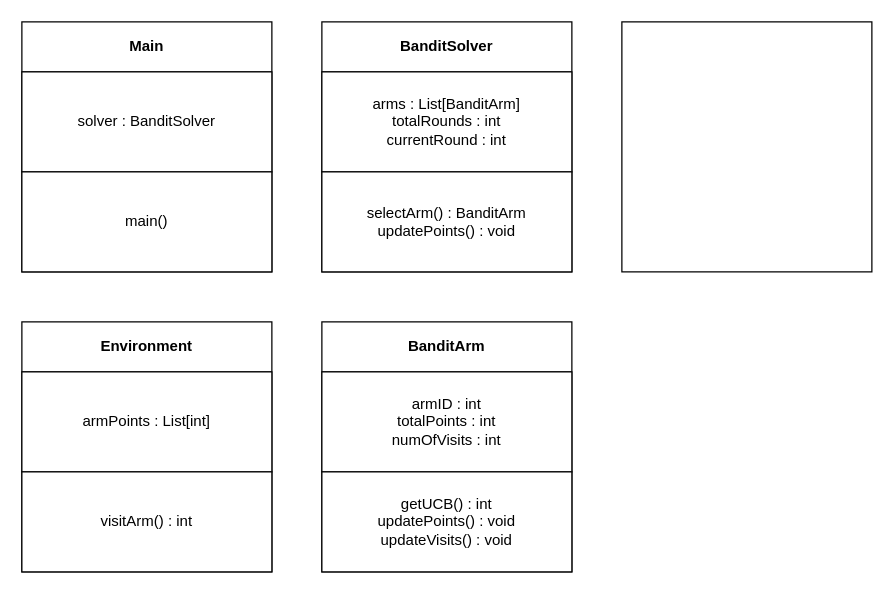
This is documents/Bandit UML.drawio from DanciuA004/Year3Project, a draw.io file, before an edit. Source tidied: cells renumbered, new cells numbered last; positions are measured from the earlier drawing's top-left corner, leaving out a move shared by most shapes. Both pictures are drawn from the tidied source at 125%, with x=0, y=0 at pixel (21, 21).
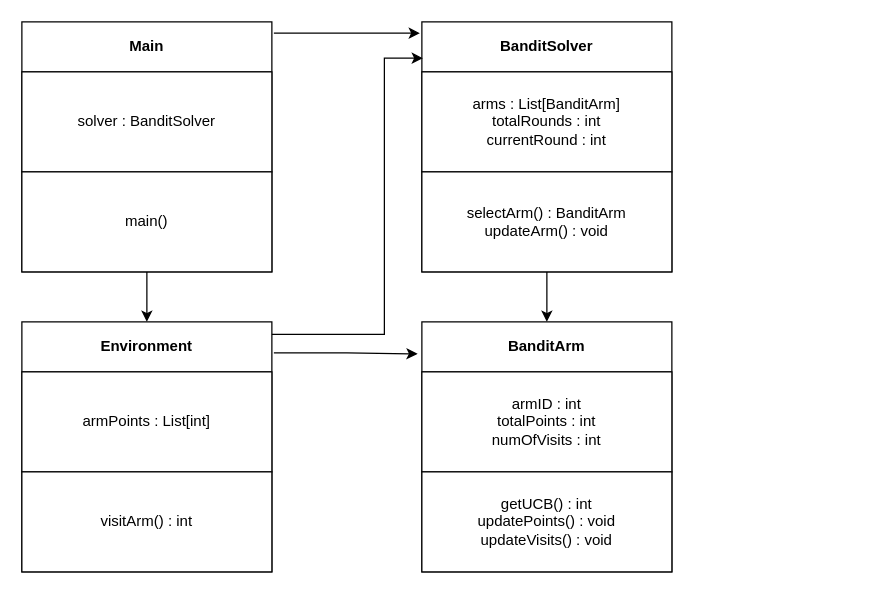
Above is the later version.

Commit message (it also covers changes not shown here):
Further work on the bandit problem report, proper structure and explanation

Unchanged cells that the change refers to:
```xml
<mxCell id="2" value="Main" style="swimlane;whiteSpace=wrap;html=1;startSize=40;" parent="1" vertex="1">
  <mxGeometry width="200" height="200" as="geometry" />
</mxCell>
<mxCell id="4" value="main()" style="whiteSpace=wrap;html=1;" parent="2" vertex="1">
  <mxGeometry y="120" width="200" height="80" as="geometry" />
</mxCell>
<mxCell id="5" value="Environment" style="swimlane;whiteSpace=wrap;html=1;startSize=40;" parent="1" vertex="1">
  <mxGeometry y="240" width="200" height="200" as="geometry" />
</mxCell>
```

The edit, as a diff of the source:
```diff
@@
     <mxCell id="8" value="BanditArm" style="swimlane;whiteSpace=wrap;html=1;startSize=40;" parent="1" vertex="1">
-      <mxGeometry x="240" y="240" width="200" height="200" as="geometry" />
+      <mxGeometry x="320" y="240" width="200" height="200" as="geometry" />
     </mxCell>
@@
+    <mxCell id="15" style="edgeStyle=orthogonalEdgeStyle;rounded=0;jettySize=auto;html=1;exitX=0.5;exitY=1;exitDx=0;exitDy=0;entryX=0.5;entryY=0;entryDx=0;entryDy=0;" parent="1" edge="1" source="11" target="8">
+      <mxGeometry relative="1" as="geometry" />
+    </mxCell>
     <mxCell id="11" value="BanditSolver" style="swimlane;whiteSpace=wrap;html=1;startSize=40;" parent="1" vertex="1">
-      <mxGeometry x="240" width="200" height="200" as="geometry" />
+      <mxGeometry x="320" width="200" height="200" as="geometry" />
     </mxCell>
@@
-    <mxCell id="13" value="selectArm() : BanditArm&lt;br&gt;updatePoints() : void" style="whiteSpace=wrap;html=1;" parent="11" vertex="1">
+    <mxCell id="13" value="selectArm() : BanditArm&lt;br&gt;updateArm() : void" style="whiteSpace=wrap;html=1;" parent="11" vertex="1">
       <mxGeometry y="120" width="200" height="80" as="geometry" />
     </mxCell>
-    <mxCell id="14" style="whiteSpace=wrap;html=1;" parent="1" vertex="1">
-      <mxGeometry x="480" width="200" height="200" as="geometry" />
-    </mxCell>
+    <mxCell id="16" style="edgeStyle=orthogonalEdgeStyle;rounded=0;jettySize=auto;html=1;exitX=0.5;exitY=1;exitDx=0;exitDy=0;entryX=0.5;entryY=0;entryDx=0;entryDy=0;" parent="1" edge="1" source="4" target="5">
+      <mxGeometry relative="1" as="geometry" />
+    </mxCell>
+    <mxCell id="17" style="edgeStyle=orthogonalEdgeStyle;rounded=0;jettySize=auto;html=1;entryX=-0.008;entryY=0.045;entryDx=0;entryDy=0;entryPerimeter=0;exitX=1.008;exitY=0.045;exitDx=0;exitDy=0;exitPerimeter=0;" parent="1" edge="1" source="2" target="11">
+      <mxGeometry relative="1" as="geometry" />
+    </mxCell>
+    <mxCell id="18" style="edgeStyle=orthogonalEdgeStyle;rounded=0;jettySize=auto;html=1;exitX=1.008;exitY=0.124;exitDx=0;exitDy=0;entryX=-0.017;entryY=0.128;entryDx=0;entryDy=0;entryPerimeter=0;exitPerimeter=0;" parent="1" edge="1" source="5" target="8">
+      <mxGeometry relative="1" as="geometry" />
+    </mxCell>
+    <mxCell id="19" style="edgeStyle=orthogonalEdgeStyle;rounded=0;jettySize=auto;html=1;entryX=0.004;entryY=0.145;entryDx=0;entryDy=0;entryPerimeter=0;" parent="1" edge="1" target="11">
+      <mxGeometry relative="1" as="geometry">
+        <mxPoint x="200" y="250" as="sourcePoint" />
+        <Array as="points">
+          <mxPoint x="290" y="250" />
+          <mxPoint x="290" y="29" />
+        </Array>
+      </mxGeometry>
+    </mxCell>
```
